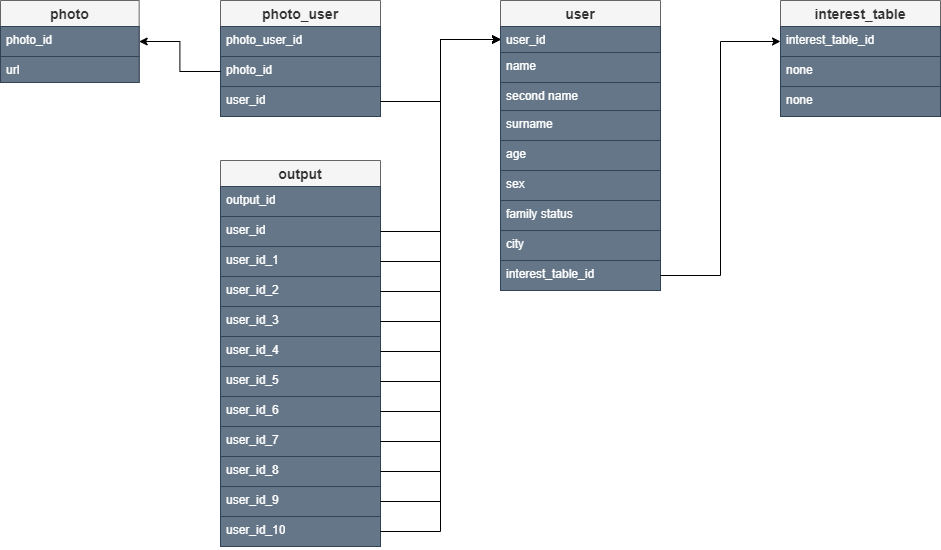
Earlier version of the draw.io export VKinderDB.png (Vector232/Diplom_VKinder). Source tidied: cells renumbered, new cells last; positions are measured from the earlier drawing's top-left corner, leaving out a move shared by most shapes.
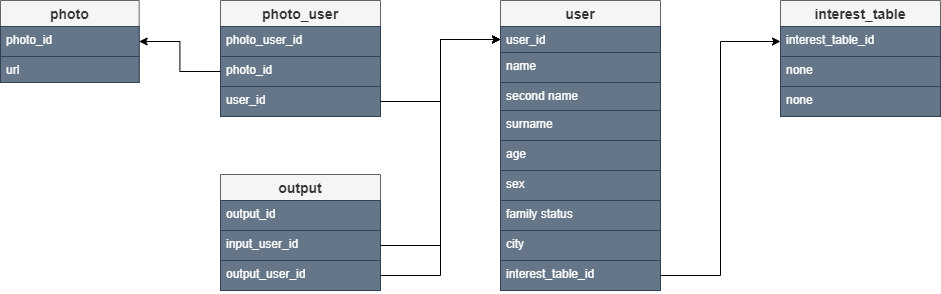
After the commit.

Diff of the diagram source:
```diff
@@ -75,76 +75,22 @@
       <mxGeometry relative="1" as="geometry" />
     </mxCell>
     <mxCell id="26" value="output" style="swimlane;fontStyle=1;horizontal=1;startSize=26;align=center;fontSize=14;fillColor=#f5f5f5;fontColor=#333333;strokeColor=#666666;" parent="1" vertex="1">
-      <mxGeometry x="220" y="160" width="160" height="386" as="geometry" />
+      <mxGeometry x="220" y="174" width="160" height="116" as="geometry" />
     </mxCell>
     <mxCell id="27" value="output_id" style="text;strokeColor=#314354;fillColor=#647687;spacingLeft=4;spacingRight=4;overflow=hidden;fontSize=12;whiteSpace=wrap;html=1;fontColor=#ffffff;" parent="26" vertex="1">
       <mxGeometry y="26" width="160" height="30" as="geometry" />
     </mxCell>
-    <mxCell id="28" value="user_id" style="text;strokeColor=#314354;fillColor=#647687;spacingLeft=4;spacingRight=4;overflow=hidden;points=[[0,0.5],[1,0.5]];portConstraint=eastwest;fontSize=12;whiteSpace=wrap;html=1;fontColor=#ffffff;" parent="26" vertex="1">
+    <mxCell id="28" value="input_user_id" style="text;strokeColor=#314354;fillColor=#647687;spacingLeft=4;spacingRight=4;overflow=hidden;points=[[0,0.5],[1,0.5]];portConstraint=eastwest;fontSize=12;whiteSpace=wrap;html=1;fontColor=#ffffff;" parent="26" vertex="1">
       <mxGeometry y="56" width="160" height="30" as="geometry" />
     </mxCell>
-    <mxCell id="29" value="user_id_1" style="text;strokeColor=#314354;fillColor=#647687;spacingLeft=4;spacingRight=4;overflow=hidden;points=[[0,0.5],[1,0.5]];portConstraint=eastwest;fontSize=12;whiteSpace=wrap;html=1;fontColor=#ffffff;" parent="26" vertex="1">
+    <mxCell id="29" value="output_user_id" style="text;strokeColor=#314354;fillColor=#647687;spacingLeft=4;spacingRight=4;overflow=hidden;points=[[0,0.5],[1,0.5]];portConstraint=eastwest;fontSize=12;whiteSpace=wrap;html=1;fontColor=#ffffff;" parent="26" vertex="1">
       <mxGeometry y="86" width="160" height="30" as="geometry" />
     </mxCell>
-    <mxCell id="30" value="user_id_2&lt;br&gt;" style="text;strokeColor=#314354;fillColor=#647687;spacingLeft=4;spacingRight=4;overflow=hidden;points=[[0,0.5],[1,0.5]];portConstraint=eastwest;fontSize=12;whiteSpace=wrap;html=1;fontColor=#ffffff;" parent="26" vertex="1">
-      <mxGeometry y="116" width="160" height="30" as="geometry" />
-    </mxCell>
-    <mxCell id="31" value="user_id_3" style="text;strokeColor=#314354;fillColor=#647687;spacingLeft=4;spacingRight=4;overflow=hidden;points=[[0,0.5],[1,0.5]];portConstraint=eastwest;fontSize=12;whiteSpace=wrap;html=1;fontColor=#ffffff;" parent="26" vertex="1">
-      <mxGeometry y="146" width="160" height="30" as="geometry" />
-    </mxCell>
-    <mxCell id="32" value="user_id_4" style="text;strokeColor=#314354;fillColor=#647687;spacingLeft=4;spacingRight=4;overflow=hidden;points=[[0,0.5],[1,0.5]];portConstraint=eastwest;fontSize=12;whiteSpace=wrap;html=1;fontColor=#ffffff;" parent="26" vertex="1">
-      <mxGeometry y="176" width="160" height="30" as="geometry" />
-    </mxCell>
-    <mxCell id="33" value="user_id_5" style="text;strokeColor=#314354;fillColor=#647687;spacingLeft=4;spacingRight=4;overflow=hidden;points=[[0,0.5],[1,0.5]];portConstraint=eastwest;fontSize=12;whiteSpace=wrap;html=1;fontColor=#ffffff;" parent="26" vertex="1">
-      <mxGeometry y="206" width="160" height="30" as="geometry" />
-    </mxCell>
-    <mxCell id="34" value="user_id_6" style="text;strokeColor=#314354;fillColor=#647687;spacingLeft=4;spacingRight=4;overflow=hidden;points=[[0,0.5],[1,0.5]];portConstraint=eastwest;fontSize=12;whiteSpace=wrap;html=1;fontColor=#ffffff;" parent="26" vertex="1">
-      <mxGeometry y="236" width="160" height="30" as="geometry" />
-    </mxCell>
-    <mxCell id="35" value="user_id_7" style="text;strokeColor=#314354;fillColor=#647687;spacingLeft=4;spacingRight=4;overflow=hidden;points=[[0,0.5],[1,0.5]];portConstraint=eastwest;fontSize=12;whiteSpace=wrap;html=1;fontColor=#ffffff;" parent="26" vertex="1">
-      <mxGeometry y="266" width="160" height="30" as="geometry" />
-    </mxCell>
-    <mxCell id="36" value="user_id_8" style="text;strokeColor=#314354;fillColor=#647687;spacingLeft=4;spacingRight=4;overflow=hidden;points=[[0,0.5],[1,0.5]];portConstraint=eastwest;fontSize=12;whiteSpace=wrap;html=1;fontColor=#ffffff;" parent="26" vertex="1">
-      <mxGeometry y="296" width="160" height="30" as="geometry" />
-    </mxCell>
-    <mxCell id="37" value="user_id_9" style="text;strokeColor=#314354;fillColor=#647687;spacingLeft=4;spacingRight=4;overflow=hidden;points=[[0,0.5],[1,0.5]];portConstraint=eastwest;fontSize=12;whiteSpace=wrap;html=1;fontColor=#ffffff;" parent="26" vertex="1">
-      <mxGeometry y="326" width="160" height="30" as="geometry" />
-    </mxCell>
-    <mxCell id="38" value="user_id_10" style="text;strokeColor=#314354;fillColor=#647687;spacingLeft=4;spacingRight=4;overflow=hidden;points=[[0,0.5],[1,0.5]];portConstraint=eastwest;fontSize=12;whiteSpace=wrap;html=1;fontColor=#ffffff;" parent="26" vertex="1">
-      <mxGeometry y="356" width="160" height="30" as="geometry" />
-    </mxCell>
     <mxCell id="39" style="edgeStyle=orthogonalEdgeStyle;rounded=0;jettySize=auto;html=1;" parent="1" edge="1" source="28" target="3">
       <mxGeometry relative="1" as="geometry" />
     </mxCell>
     <mxCell id="40" style="edgeStyle=orthogonalEdgeStyle;rounded=0;jettySize=auto;html=1;" parent="1" edge="1" source="29" target="3">
       <mxGeometry relative="1" as="geometry" />
     </mxCell>
-    <mxCell id="41" style="edgeStyle=orthogonalEdgeStyle;rounded=0;jettySize=auto;html=1;" parent="1" edge="1" source="30" target="3">
-      <mxGeometry relative="1" as="geometry" />
-    </mxCell>
-    <mxCell id="42" style="edgeStyle=orthogonalEdgeStyle;rounded=0;jettySize=auto;html=1;" parent="1" edge="1" source="31" target="3">
-      <mxGeometry relative="1" as="geometry" />
-    </mxCell>
-    <mxCell id="43" style="edgeStyle=orthogonalEdgeStyle;rounded=0;jettySize=auto;html=1;" parent="1" edge="1" source="32" target="3">
-      <mxGeometry relative="1" as="geometry" />
-    </mxCell>
-    <mxCell id="44" style="edgeStyle=orthogonalEdgeStyle;rounded=0;jettySize=auto;html=1;" parent="1" edge="1" source="33" target="3">
-      <mxGeometry relative="1" as="geometry" />
-    </mxCell>
-    <mxCell id="45" style="edgeStyle=orthogonalEdgeStyle;rounded=0;jettySize=auto;html=1;" parent="1" edge="1" source="34" target="3">
-      <mxGeometry relative="1" as="geometry" />
-    </mxCell>
-    <mxCell id="46" style="edgeStyle=orthogonalEdgeStyle;rounded=0;jettySize=auto;html=1;" parent="1" edge="1" source="35" target="3">
-      <mxGeometry relative="1" as="geometry" />
-    </mxCell>
-    <mxCell id="47" style="edgeStyle=orthogonalEdgeStyle;rounded=0;jettySize=auto;html=1;" parent="1" edge="1" source="36" target="3">
-      <mxGeometry relative="1" as="geometry" />
-    </mxCell>
-    <mxCell id="48" style="edgeStyle=orthogonalEdgeStyle;rounded=0;jettySize=auto;html=1;" parent="1" edge="1" source="37" target="3">
-      <mxGeometry relative="1" as="geometry" />
-    </mxCell>
-    <mxCell id="49" style="edgeStyle=orthogonalEdgeStyle;rounded=0;jettySize=auto;html=1;" parent="1" edge="1" source="38" target="3">
-      <mxGeometry relative="1" as="geometry" />
-    </mxCell>
   </root>
 </mxGraphModel>
```
